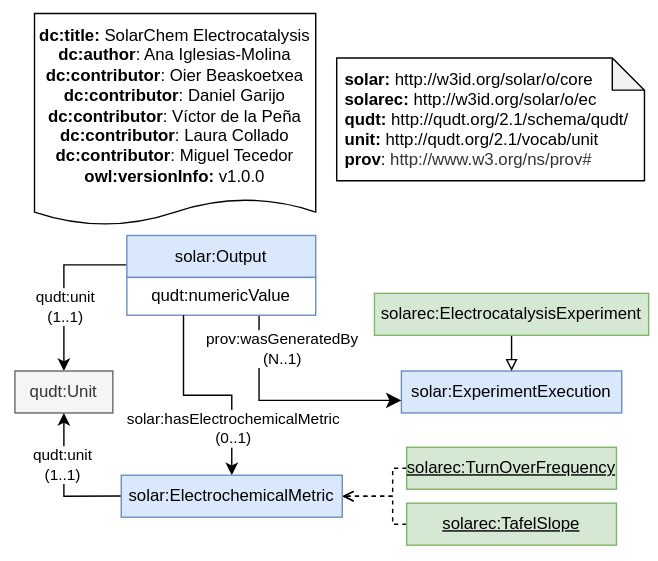
Earlier version of the draw.io export docs/release/1.0.0/ec/resources/images/solarchem-ec.svg (SolarChem/solarchem-ontology). Source tidied: cells renumbered, new cells last; positions are measured from the earlier drawing's top-left corner, leaving out a move shared by most shapes.
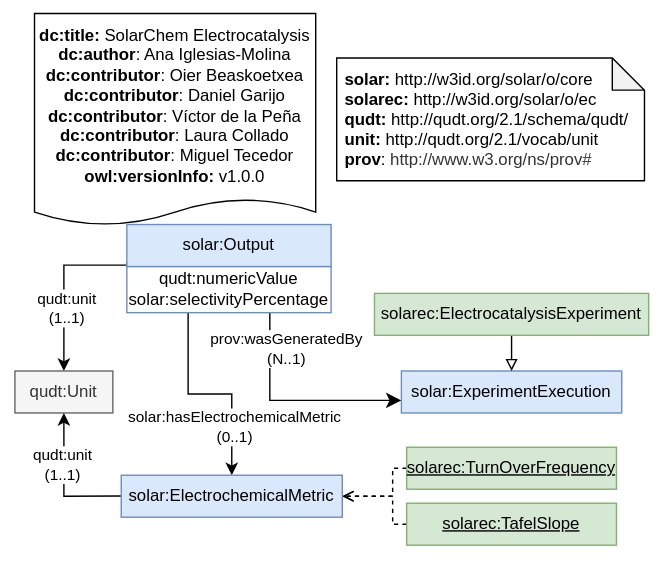
After the change.

What changed in the source:
```diff
@@ -8,13 +8,13 @@
     <mxCell id="3" value="solar:ExperimentExecution" style="rounded=0;whiteSpace=wrap;html=1;snapToPoint=1;points=[[0.1,0],[0.2,0],[0.3,0],[0.4,0],[0.5,0],[0.6,0],[0.7,0],[0.8,0],[0.9,0],[0,0.1],[0,0.3],[0,0.5],[0,0.7],[0,0.9],[0.1,1],[0.2,1],[0.3,1],[0.4,1],[0.5,1],[0.6,1],[0.7,1],[0.8,1],[0.9,1],[1,0.1],[1,0.3],[1,0.5],[1,0.7],[1,0.9]];fillColor=#dae8fc;strokeColor=#6c8ebf;" parent="1" vertex="1">
       <mxGeometry x="286.2" y="265.7" width="157.5" height="30" as="geometry" />
     </mxCell>
-    <mxCell id="4" style="edgeStyle=orthogonalEdgeStyle;rounded=0;jettySize=auto;html=1;entryX=0.5;entryY=0;entryDx=0;entryDy=0;endArrow=block;endFill=0;exitX=0.5;exitY=1;exitDx=0;exitDy=0;" parent="1" edge="1" source="15" target="3">
+    <mxCell id="4" style="edgeStyle=orthogonalEdgeStyle;rounded=0;jettySize=auto;html=1;entryX=0.5;entryY=0;entryDx=0;entryDy=0;endArrow=block;endFill=0;exitX=0.5;exitY=1;exitDx=0;exitDy=0;" parent="1" edge="1" source="12" target="3">
       <mxGeometry relative="1" as="geometry" />
     </mxCell>
-    <mxCell id="5" style="endArrow=classic;html=1;endSize=8;arcSize=0;rounded=0;entryX=0;entryY=0.7;entryDx=0;entryDy=0;exitX=0.7;exitY=1;exitDx=0;exitDy=0;edgeStyle=orthogonalEdgeStyle;" parent="1" edge="1" source="11" target="3">
+    <mxCell id="5" style="endArrow=classic;html=1;endSize=8;arcSize=0;rounded=0;entryX=0;entryY=0.7;entryDx=0;entryDy=0;exitX=0.7;exitY=1;exitDx=0;exitDy=0;edgeStyle=orthogonalEdgeStyle;" parent="1" edge="1" source="23" target="3">
       <mxGeometry relative="1" as="geometry">
         <Array as="points">
-          <mxPoint x="185" y="286.5" />
+          <mxPoint x="192" y="287" />
         </Array>
       </mxGeometry>
     </mxCell>
@@ -23,10 +23,11 @@
         <mxPoint x="11" y="-38" as="offset" />
       </mxGeometry>
     </mxCell>
-    <mxCell id="7" style="edgeStyle=orthogonalEdgeStyle;rounded=0;jettySize=auto;html=1;entryX=0.5;entryY=0;entryDx=0;entryDy=0;exitX=0;exitY=0.7;exitDx=0;exitDy=0;" parent="1" edge="1" source="10" target="14">
+    <mxCell id="7" style="edgeStyle=orthogonalEdgeStyle;rounded=0;jettySize=auto;html=1;entryX=0.5;entryY=0;entryDx=0;entryDy=0;exitX=0;exitY=0.9;exitDx=0;exitDy=0;" parent="1" edge="1" source="24" target="11">
       <mxGeometry relative="1" as="geometry">
         <Array as="points">
-          <mxPoint x="45" y="190.2" />
+          <mxPoint x="90" y="190" />
+          <mxPoint x="45" y="190" />
         </Array>
       </mxGeometry>
     </mxCell>
@@ -35,65 +36,65 @@
         <mxPoint x="-4" y="32" as="offset" />
       </mxGeometry>
     </mxCell>
-    <mxCell id="9" style="group;" parent="1" vertex="1">
-      <mxGeometry x="90" y="168.8" width="135" height="57" as="geometry" />
+    <mxCell id="9" value="&lt;div&gt;&lt;b&gt;solar:&lt;/b&gt;&amp;nbsp;http://w3id.org/solar/o/core&lt;/div&gt;&lt;b style=&quot;border-color: var(--border-color);&quot;&gt;&lt;b style=&quot;border-color: var(--border-color);&quot;&gt;solar&lt;/b&gt;ec:&lt;/b&gt;&amp;nbsp;http://w3id.org/solar/o/ec&lt;br&gt;&lt;b&gt;qudt:&lt;/b&gt; http://qudt.org/2.1/schema/qudt/&lt;div&gt;&lt;b&gt;unit:&amp;nbsp;&lt;/b&gt;http://qudt.org/2.1/vocab/unit&lt;/div&gt;&lt;div&gt;&lt;b&gt;prov&lt;/b&gt;:&amp;nbsp;&lt;span style=&quot;color: rgb(51, 51, 51); background-color: initial;&quot;&gt;http://www.w3.org/ns/prov#&lt;/span&gt;&lt;/div&gt;" style="shape=note;whiteSpace=wrap;html=1;backgroundOutline=1;darkOpacity=0.05;align=left;spacingLeft=4;size=23;" parent="1" vertex="1">
+      <mxGeometry x="240" y="42" width="220" height="87.8" as="geometry" />
     </mxCell>
-    <mxCell id="10" value="solar:Output" style="rounded=0;whiteSpace=wrap;html=1;snapToPoint=1;points=[[0.1,0],[0.2,0],[0.3,0],[0.4,0],[0.5,0],[0.6,0],[0.7,0],[0.8,0],[0.9,0],[0,0.1],[0,0.3],[0,0.5],[0,0.7],[0,0.9],[0.1,1],[0.2,1],[0.3,1],[0.4,1],[0.5,1],[0.6,1],[0.7,1],[0.8,1],[0.9,1],[1,0.1],[1,0.3],[1,0.5],[1,0.7],[1,0.9]];fontSize=12;fillColor=#dae8fc;strokeColor=#6c8ebf;" parent="9" vertex="1">
-      <mxGeometry width="135" height="30" as="geometry" />
+    <mxCell id="10" value="&lt;span style=&quot;border-color: var(--border-color);&quot;&gt;&lt;b style=&quot;font-weight: bold; border-color: var(--border-color);&quot;&gt;dc:title:&lt;/b&gt;&amp;nbsp;SolarChem Electrocatalysis&lt;/span&gt;&lt;br&gt;&lt;div&gt;&lt;b&gt;dc:author&lt;/b&gt;: Ana Iglesias-Molina&lt;/div&gt;&lt;b style=&quot;border-color: var(--border-color);&quot;&gt;dc:contributor&lt;/b&gt;:&amp;nbsp;Oier Beaskoetxea&lt;div&gt;&lt;b style=&quot;border-color: var(--border-color);&quot;&gt;dc:contributor&lt;/b&gt;:&amp;nbsp;Daniel Garijo&lt;br&gt;&lt;/div&gt;&lt;div&gt;&lt;b style=&quot;border-color: var(--border-color);&quot;&gt;dc:contributor&lt;/b&gt;:&amp;nbsp;Víctor de la Peña&lt;br&gt;&lt;/div&gt;&lt;div&gt;&lt;b style=&quot;border-color: var(--border-color);&quot;&gt;dc:contributor&lt;/b&gt;:&amp;nbsp;Laura Collado&lt;br&gt;&lt;/div&gt;&lt;div&gt;&lt;b style=&quot;border-color: var(--border-color);&quot;&gt;dc:contributor&lt;/b&gt;:&amp;nbsp;Miguel Tecedor&lt;br&gt;&lt;/div&gt;&lt;div&gt;&lt;b&gt;owl:versionInfo:&lt;/b&gt;&amp;nbsp;v1.0.0&lt;/div&gt;" style="shape=document;whiteSpace=wrap;html=1;boundedLbl=1;labelBackgroundColor=#ffffff;strokeColor=#000000;fontSize=12;fontColor=#000000;size=0.1240233163834801;" parent="1" vertex="1">
+      <mxGeometry x="24" y="10.2" width="201" height="151.3" as="geometry" />
     </mxCell>
-    <mxCell id="11" value="qudt:numericValue" style="rounded=0;whiteSpace=wrap;html=1;snapToPoint=1;points=[[0.1,0],[0.2,0],[0.3,0],[0.4,0],[0.5,0],[0.6,0],[0.7,0],[0.8,0],[0.9,0],[0,0.1],[0,0.3],[0,0.5],[0,0.7],[0,0.9],[0.1,1],[0.2,1],[0.3,1],[0.4,1],[0.5,1],[0.6,1],[0.7,1],[0.8,1],[0.9,1],[1,0.1],[1,0.3],[1,0.5],[1,0.7],[1,0.9]];strokeColor=#6D8EBF;" parent="9" vertex="1">
-      <mxGeometry y="30" width="135" height="27" as="geometry" />
+    <mxCell id="11" value="qudt:Unit" style="rounded=0;whiteSpace=wrap;html=1;snapToPoint=1;points=[[0.1,0],[0.2,0],[0.3,0],[0.4,0],[0.5,0],[0.6,0],[0.7,0],[0.8,0],[0.9,0],[0,0.1],[0,0.3],[0,0.5],[0,0.7],[0,0.9],[0.1,1],[0.2,1],[0.3,1],[0.4,1],[0.5,1],[0.6,1],[0.7,1],[0.8,1],[0.9,1],[1,0.1],[1,0.3],[1,0.5],[1,0.7],[1,0.9]];fillColor=#f5f5f5;fontColor=#333333;strokeColor=#666666;" parent="1" vertex="1">
+      <mxGeometry x="10" y="265.7" width="70" height="30" as="geometry" />
     </mxCell>
-    <mxCell id="12" value="&lt;div&gt;&lt;b&gt;solar:&lt;/b&gt;&amp;nbsp;http://w3id.org/solar/o/core&lt;/div&gt;&lt;b style=&quot;border-color: var(--border-color);&quot;&gt;&lt;b style=&quot;border-color: var(--border-color);&quot;&gt;solar&lt;/b&gt;ec:&lt;/b&gt;&amp;nbsp;http://w3id.org/solar/o/ec&lt;br&gt;&lt;b&gt;qudt:&lt;/b&gt; http://qudt.org/2.1/schema/qudt/&lt;div&gt;&lt;b&gt;unit:&amp;nbsp;&lt;/b&gt;http://qudt.org/2.1/vocab/unit&lt;/div&gt;&lt;div&gt;&lt;b&gt;prov&lt;/b&gt;:&amp;nbsp;&lt;span style=&quot;color: rgb(51, 51, 51); background-color: initial;&quot;&gt;http://www.w3.org/ns/prov#&lt;/span&gt;&lt;/div&gt;" style="shape=note;whiteSpace=wrap;html=1;backgroundOutline=1;darkOpacity=0.05;align=left;spacingLeft=4;size=23;" parent="1" vertex="1">
-      <mxGeometry x="240" y="42" width="220" height="87.8" as="geometry" />
+    <mxCell id="12" value="solarec:ElectrocatalysisExperiment" style="rounded=0;whiteSpace=wrap;html=1;snapToPoint=1;points=[[0.1,0],[0.2,0],[0.3,0],[0.4,0],[0.5,0],[0.6,0],[0.7,0],[0.8,0],[0.9,0],[0,0.1],[0,0.3],[0,0.5],[0,0.7],[0,0.9],[0.1,1],[0.2,1],[0.3,1],[0.4,1],[0.5,1],[0.6,1],[0.7,1],[0.8,1],[0.9,1],[1,0.1],[1,0.3],[1,0.5],[1,0.7],[1,0.9]];fillColor=#d5e8d4;strokeColor=#82b366;" parent="1" vertex="1">
+      <mxGeometry x="267" y="210.2" width="196" height="30" as="geometry" />
     </mxCell>
-    <mxCell id="13" value="&lt;span style=&quot;border-color: var(--border-color);&quot;&gt;&lt;b style=&quot;font-weight: bold; border-color: var(--border-color);&quot;&gt;dc:title:&lt;/b&gt;&amp;nbsp;SolarChem Electrocatalysis&lt;/span&gt;&lt;br&gt;&lt;div&gt;&lt;b&gt;dc:author&lt;/b&gt;: Ana Iglesias-Molina&lt;/div&gt;&lt;b style=&quot;border-color: var(--border-color);&quot;&gt;dc:contributor&lt;/b&gt;:&amp;nbsp;Oier Beaskoetxea&lt;div&gt;&lt;b style=&quot;border-color: var(--border-color);&quot;&gt;dc:contributor&lt;/b&gt;:&amp;nbsp;Daniel Garijo&lt;br&gt;&lt;/div&gt;&lt;div&gt;&lt;b style=&quot;border-color: var(--border-color);&quot;&gt;dc:contributor&lt;/b&gt;:&amp;nbsp;Víctor de la Peña&lt;br&gt;&lt;/div&gt;&lt;div&gt;&lt;b style=&quot;border-color: var(--border-color);&quot;&gt;dc:contributor&lt;/b&gt;:&amp;nbsp;Laura Collado&lt;br&gt;&lt;/div&gt;&lt;div&gt;&lt;b style=&quot;border-color: var(--border-color);&quot;&gt;dc:contributor&lt;/b&gt;:&amp;nbsp;Miguel Tecedor&lt;br&gt;&lt;/div&gt;&lt;div&gt;&lt;b&gt;owl:versionInfo:&lt;/b&gt;&amp;nbsp;v1.0.0&lt;/div&gt;" style="shape=document;whiteSpace=wrap;html=1;boundedLbl=1;labelBackgroundColor=#ffffff;strokeColor=#000000;fontSize=12;fontColor=#000000;size=0.1240233163834801;" parent="1" vertex="1">
-      <mxGeometry x="24" y="10.2" width="201" height="151.3" as="geometry" />
+    <mxCell id="13" style="edgeStyle=orthogonalEdgeStyle;rounded=0;jettySize=auto;html=1;entryX=0.5;entryY=0;entryDx=0;entryDy=0;exitX=0.3;exitY=1;exitDx=0;exitDy=0;" parent="1" edge="1" source="23" target="21">
+      <mxGeometry relative="1" as="geometry" />
     </mxCell>
-    <mxCell id="14" value="qudt:Unit" style="rounded=0;whiteSpace=wrap;html=1;snapToPoint=1;points=[[0.1,0],[0.2,0],[0.3,0],[0.4,0],[0.5,0],[0.6,0],[0.7,0],[0.8,0],[0.9,0],[0,0.1],[0,0.3],[0,0.5],[0,0.7],[0,0.9],[0.1,1],[0.2,1],[0.3,1],[0.4,1],[0.5,1],[0.6,1],[0.7,1],[0.8,1],[0.9,1],[1,0.1],[1,0.3],[1,0.5],[1,0.7],[1,0.9]];fillColor=#f5f5f5;fontColor=#333333;strokeColor=#666666;" parent="1" vertex="1">
-      <mxGeometry x="10" y="265.7" width="70" height="30" as="geometry" />
+    <mxCell id="14" value="solar:hasElectrochemicalMetric&lt;br&gt;(0..1)" style="edgeLabel;html=1;align=center;verticalAlign=middle;points=[];" parent="13" vertex="1">
+      <mxGeometry x="-0.07" y="1" relative="1" as="geometry">
+        <mxPoint x="23" y="24" as="offset" />
+      </mxGeometry>
     </mxCell>
-    <mxCell id="15" value="solarec:ElectrocatalysisExperiment" style="rounded=0;whiteSpace=wrap;html=1;snapToPoint=1;points=[[0.1,0],[0.2,0],[0.3,0],[0.4,0],[0.5,0],[0.6,0],[0.7,0],[0.8,0],[0.9,0],[0,0.1],[0,0.3],[0,0.5],[0,0.7],[0,0.9],[0.1,1],[0.2,1],[0.3,1],[0.4,1],[0.5,1],[0.6,1],[0.7,1],[0.8,1],[0.9,1],[1,0.1],[1,0.3],[1,0.5],[1,0.7],[1,0.9]];fillColor=#d5e8d4;strokeColor=#82b366;" parent="1" vertex="1">
-      <mxGeometry x="267" y="210.2" width="196" height="30" as="geometry" />
+    <mxCell id="15" style="edgeStyle=orthogonalEdgeStyle;rounded=0;jettySize=auto;html=1;entryX=1;entryY=0.5;entryDx=0;entryDy=0;exitX=0;exitY=0.5;exitDx=0;exitDy=0;endArrow=open;endFill=0;dashed=1;" parent="1" edge="1" source="16" target="21">
+      <mxGeometry relative="1" as="geometry">
+        <Array as="points">
+          <mxPoint x="280" y="335.2" />
+          <mxPoint x="280" y="355.2" />
+        </Array>
+      </mxGeometry>
     </mxCell>
-    <mxCell id="16" style="edgeStyle=orthogonalEdgeStyle;rounded=0;jettySize=auto;html=1;entryX=0.5;entryY=0;entryDx=0;entryDy=0;exitX=0.3;exitY=1;exitDx=0;exitDy=0;" parent="1" edge="1" source="11" target="24">
-      <mxGeometry relative="1" as="geometry" />
+    <mxCell id="16" value="solarec:TurnOverFrequency" style="rounded=0;whiteSpace=wrap;html=1;snapToPoint=1;points=[[0.1,0],[0.2,0],[0.3,0],[0.4,0],[0.5,0],[0.6,0],[0.7,0],[0.8,0],[0.9,0],[0,0.1],[0,0.3],[0,0.5],[0,0.7],[0,0.9],[0.1,1],[0.2,1],[0.3,1],[0.4,1],[0.5,1],[0.6,1],[0.7,1],[0.8,1],[0.9,1],[1,0.1],[1,0.3],[1,0.5],[1,0.7],[1,0.9]];fillColor=#d5e8d4;strokeColor=#82b366;fontStyle=4;" parent="1" vertex="1">
+      <mxGeometry x="290" y="320.2" width="150" height="30" as="geometry" />
     </mxCell>
-    <mxCell id="17" value="solar:hasElectrochemicalMetric&lt;br&gt;(0..1)" style="edgeLabel;html=1;align=center;verticalAlign=middle;" parent="16" vertex="1">
-      <mxGeometry x="-0.07" y="1" relative="1" as="geometry">
-        <mxPoint x="23" y="24" as="offset" />
+    <mxCell id="17" style="edgeStyle=orthogonalEdgeStyle;rounded=0;jettySize=auto;html=1;entryX=1;entryY=0.5;entryDx=0;entryDy=0;exitX=0;exitY=0.5;exitDx=0;exitDy=0;endArrow=open;endFill=0;dashed=1;" parent="1" edge="1" source="18" target="21">
+      <mxGeometry relative="1" as="geometry">
+        <Array as="points">
+          <mxPoint x="280" y="375.2" />
+          <mxPoint x="280" y="355.2" />
+        </Array>
       </mxGeometry>
     </mxCell>
-    <mxCell id="18" style="edgeStyle=orthogonalEdgeStyle;rounded=0;jettySize=auto;html=1;entryX=1;entryY=0.5;entryDx=0;entryDy=0;exitX=0;exitY=0.5;exitDx=0;exitDy=0;endArrow=open;endFill=0;dashed=1;" parent="1" edge="1" source="19" target="24">
-      <mxGeometry relative="1" as="geometry">
-        <Array as="points">
-          <mxPoint x="280" y="335.2" />
-          <mxPoint x="280" y="355.2" />
-        </Array>
-      </mxGeometry>
+    <mxCell id="18" value="solarec:TafelSlope" style="rounded=0;whiteSpace=wrap;html=1;snapToPoint=1;points=[[0.1,0],[0.2,0],[0.3,0],[0.4,0],[0.5,0],[0.6,0],[0.7,0],[0.8,0],[0.9,0],[0,0.1],[0,0.3],[0,0.5],[0,0.7],[0,0.9],[0.1,1],[0.2,1],[0.3,1],[0.4,1],[0.5,1],[0.6,1],[0.7,1],[0.8,1],[0.9,1],[1,0.1],[1,0.3],[1,0.5],[1,0.7],[1,0.9]];fillColor=#d5e8d4;strokeColor=#82b366;fontStyle=4;" parent="1" vertex="1">
+      <mxGeometry x="290" y="360.2" width="150" height="30" as="geometry" />
     </mxCell>
-    <mxCell id="19" value="solarec:TurnOverFrequency" style="rounded=0;whiteSpace=wrap;html=1;snapToPoint=1;points=[[0.1,0],[0.2,0],[0.3,0],[0.4,0],[0.5,0],[0.6,0],[0.7,0],[0.8,0],[0.9,0],[0,0.1],[0,0.3],[0,0.5],[0,0.7],[0,0.9],[0.1,1],[0.2,1],[0.3,1],[0.4,1],[0.5,1],[0.6,1],[0.7,1],[0.8,1],[0.9,1],[1,0.1],[1,0.3],[1,0.5],[1,0.7],[1,0.9]];fillColor=#d5e8d4;strokeColor=#82b366;fontStyle=4;" parent="1" vertex="1">
-      <mxGeometry x="290" y="320.2" width="150" height="30" as="geometry" />
+    <mxCell id="19" style="edgeStyle=orthogonalEdgeStyle;rounded=0;jettySize=auto;html=1;entryX=0.5;entryY=1;entryDx=0;entryDy=0;" parent="1" edge="1" source="21" target="11">
+      <mxGeometry relative="1" as="geometry" />
     </mxCell>
-    <mxCell id="20" style="edgeStyle=orthogonalEdgeStyle;rounded=0;jettySize=auto;html=1;entryX=1;entryY=0.5;entryDx=0;entryDy=0;exitX=0;exitY=0.5;exitDx=0;exitDy=0;endArrow=open;endFill=0;dashed=1;" parent="1" edge="1" source="21" target="24">
-      <mxGeometry relative="1" as="geometry">
-        <Array as="points">
-          <mxPoint x="280" y="375.2" />
-          <mxPoint x="280" y="355.2" />
-        </Array>
-      </mxGeometry>
+    <mxCell id="20" value="qudt:unit&lt;br style=&quot;border-color: var(--border-color);&quot;&gt;(1..1)" style="edgeLabel;html=1;align=center;verticalAlign=middle;" parent="19" vertex="1">
+      <mxGeometry x="0.27" y="2" relative="1" as="geometry" />
     </mxCell>
-    <mxCell id="21" value="solarec:TafelSlope" style="rounded=0;whiteSpace=wrap;html=1;snapToPoint=1;points=[[0.1,0],[0.2,0],[0.3,0],[0.4,0],[0.5,0],[0.6,0],[0.7,0],[0.8,0],[0.9,0],[0,0.1],[0,0.3],[0,0.5],[0,0.7],[0,0.9],[0.1,1],[0.2,1],[0.3,1],[0.4,1],[0.5,1],[0.6,1],[0.7,1],[0.8,1],[0.9,1],[1,0.1],[1,0.3],[1,0.5],[1,0.7],[1,0.9]];fillColor=#d5e8d4;strokeColor=#82b366;fontStyle=4;" parent="1" vertex="1">
-      <mxGeometry x="290" y="360.2" width="150" height="30" as="geometry" />
+    <mxCell id="21" value="solar:ElectrochemicalMetric" style="rounded=0;whiteSpace=wrap;html=1;snapToPoint=1;points=[[0.1,0],[0.2,0],[0.3,0],[0.4,0],[0.5,0],[0.6,0],[0.7,0],[0.8,0],[0.9,0],[0,0.1],[0,0.3],[0,0.5],[0,0.7],[0,0.9],[0.1,1],[0.2,1],[0.3,1],[0.4,1],[0.5,1],[0.6,1],[0.7,1],[0.8,1],[0.9,1],[1,0.1],[1,0.3],[1,0.5],[1,0.7],[1,0.9]];fillColor=#dae8fc;strokeColor=#6c8ebf;" parent="1" vertex="1">
+      <mxGeometry x="86" y="340.2" width="158" height="30" as="geometry" />
     </mxCell>
-    <mxCell id="22" style="edgeStyle=orthogonalEdgeStyle;rounded=0;jettySize=auto;html=1;entryX=0.5;entryY=1;entryDx=0;entryDy=0;" parent="1" edge="1" source="24" target="14">
-      <mxGeometry relative="1" as="geometry" />
+    <mxCell id="22" style="group;" parent="1" vertex="1">
+      <mxGeometry x="90" y="161" width="146" height="63" as="geometry" />
     </mxCell>
-    <mxCell id="23" value="qudt:unit&lt;br style=&quot;border-color: var(--border-color);&quot;&gt;(1..1)" style="edgeLabel;html=1;align=center;verticalAlign=middle;points=[];" parent="22" vertex="1">
-      <mxGeometry x="0.27" y="2" relative="1" as="geometry" />
+    <mxCell id="23" value="qudt:numericValue&lt;div&gt;solar:selectivityPercentage&lt;br&gt;&lt;/div&gt;" style="rounded=0;whiteSpace=wrap;html=1;snapToPoint=1;points=[[0.1,0],[0.2,0],[0.3,0],[0.4,0],[0.5,0],[0.6,0],[0.7,0],[0.8,0],[0.9,0],[0,0.1],[0,0.3],[0,0.5],[0,0.7],[0,0.9],[0.1,1],[0.2,1],[0.3,1],[0.4,1],[0.5,1],[0.6,1],[0.7,1],[0.8,1],[0.9,1],[1,0.1],[1,0.3],[1,0.5],[1,0.7],[1,0.9]];strokeColor=#6D8EBF;" parent="22" vertex="1">
+      <mxGeometry y="30" width="146" height="33" as="geometry" />
     </mxCell>
-    <mxCell id="24" value="solar:ElectrochemicalMetric" style="rounded=0;whiteSpace=wrap;html=1;snapToPoint=1;points=[[0.1,0],[0.2,0],[0.3,0],[0.4,0],[0.5,0],[0.6,0],[0.7,0],[0.8,0],[0.9,0],[0,0.1],[0,0.3],[0,0.5],[0,0.7],[0,0.9],[0.1,1],[0.2,1],[0.3,1],[0.4,1],[0.5,1],[0.6,1],[0.7,1],[0.8,1],[0.9,1],[1,0.1],[1,0.3],[1,0.5],[1,0.7],[1,0.9]];fillColor=#dae8fc;strokeColor=#6c8ebf;" parent="1" vertex="1">
-      <mxGeometry x="86" y="340.2" width="158" height="30" as="geometry" />
+    <mxCell id="24" value="solar:Output" style="rounded=0;whiteSpace=wrap;html=1;snapToPoint=1;points=[[0.1,0],[0.2,0],[0.3,0],[0.4,0],[0.5,0],[0.6,0],[0.7,0],[0.8,0],[0.9,0],[0,0.1],[0,0.3],[0,0.5],[0,0.7],[0,0.9],[0.1,1],[0.2,1],[0.3,1],[0.4,1],[0.5,1],[0.6,1],[0.7,1],[0.8,1],[0.9,1],[1,0.1],[1,0.3],[1,0.5],[1,0.7],[1,0.9]];fontSize=12;fillColor=#dae8fc;strokeColor=#6c8ebf;" parent="22" vertex="1">
+      <mxGeometry width="146" height="30" as="geometry" />
     </mxCell>
   </root>
 </mxGraphModel>
```
